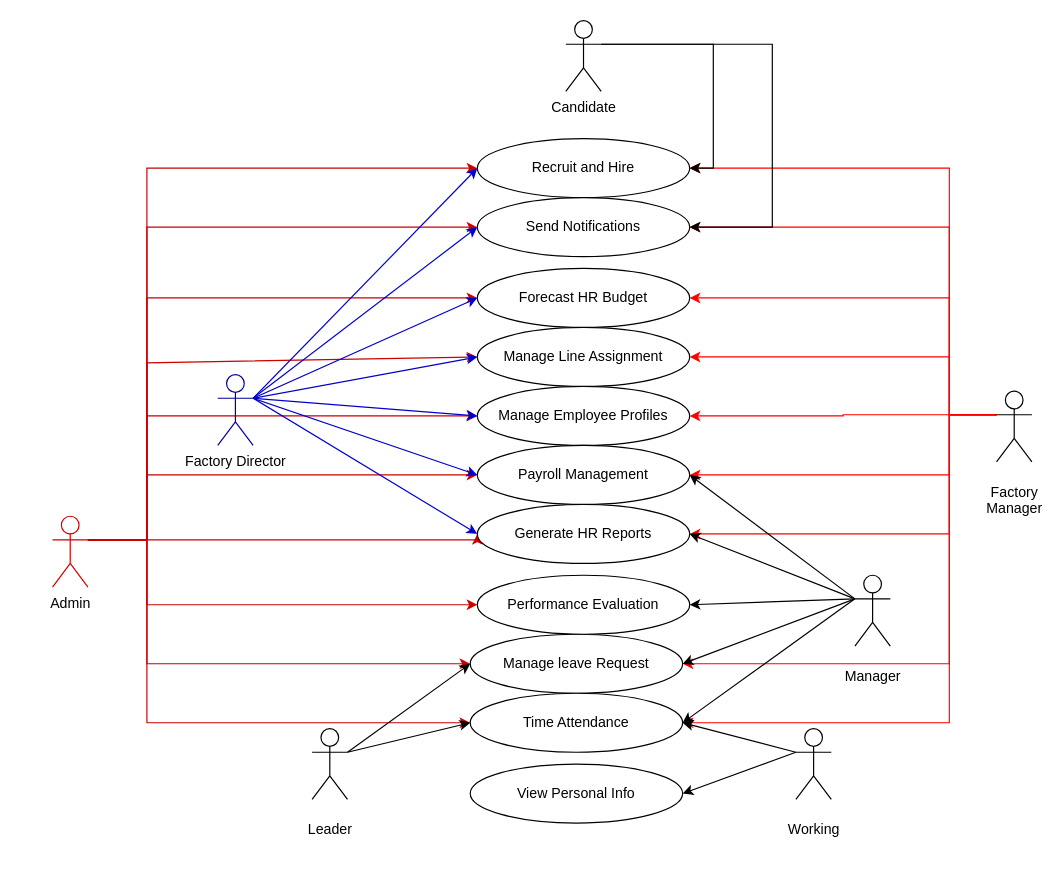
The draw.io diagram page "UC MAIN" (1 of 10) of MayProHR.drawio in BuiCongTu/MayProHR, before the edit. Source tidied: cells renumbered, new cells numbered last; positions are measured from the earlier drawing's top-left corner, leaving out a move shared by most shapes. Both pictures are drawn from the tidied source at 118%, with x=0, y=0 at pixel (52, 20).
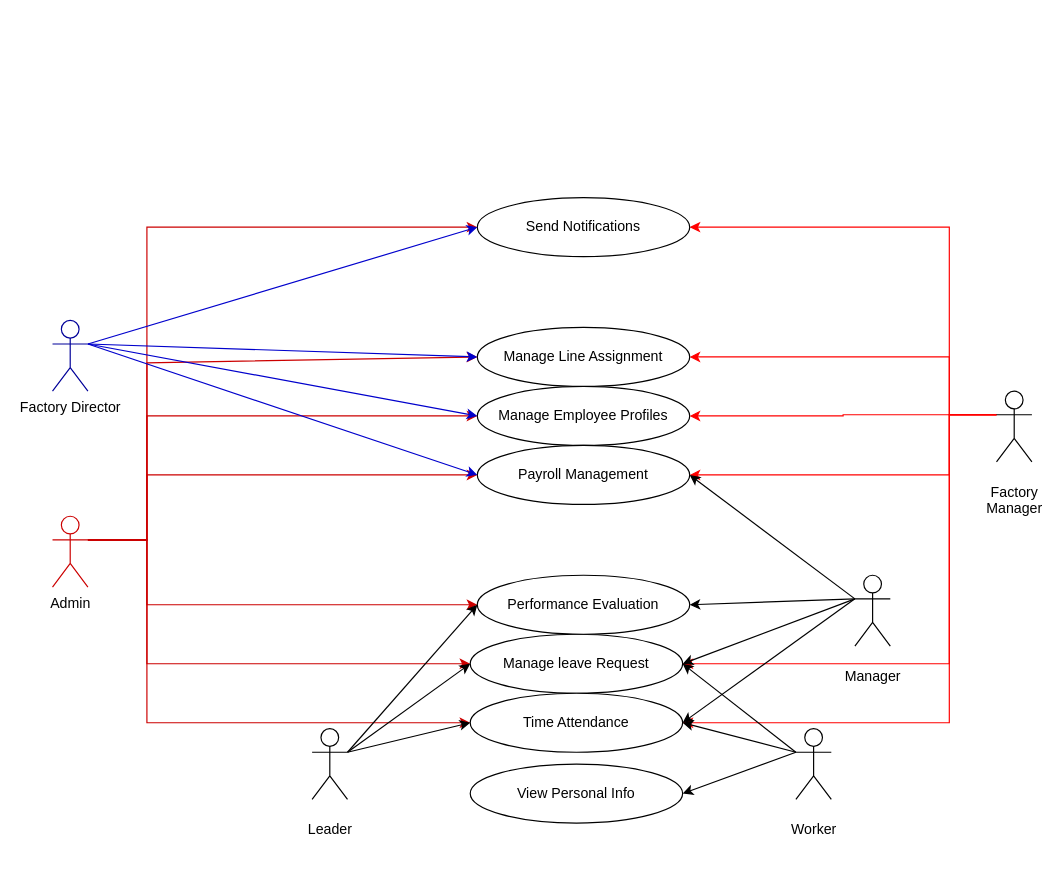
The same page after the edit.

The change refers to these unchanged cells:
```xml
<mxCell id="11" value="Admin" style="shape=umlActor;verticalLabelPosition=bottom;verticalAlign=top;html=1;outlineConnect=0;strokeColor=#CC0000;" parent="1" vertex="1">
  <mxGeometry y="420" width="30" height="60" as="geometry" />
</mxCell>
<mxCell id="17" value="&lt;p style=&quot;white-space-collapse: preserve;&quot; dir=&quot;auto&quot;&gt;Manage leave Request&lt;/p&gt;" style="ellipse;whiteSpace=wrap;html=1;" parent="1" vertex="1">
  <mxGeometry x="354" y="520" width="180" height="50" as="geometry" />
</mxCell>
<mxCell id="27" value="&lt;p style=&quot;white-space: pre-wrap;&quot; dir=&quot;auto&quot;&gt;Factory Manager&lt;/p&gt;" style="shape=umlActor;verticalLabelPosition=bottom;verticalAlign=top;html=1;outlineConnect=0;" parent="1" vertex="1">
  <mxGeometry x="800" y="314" width="30" height="60" as="geometry" />
</mxCell>
<mxCell id="28" value="&lt;p style=&quot;white-space-collapse: preserve;&quot; dir=&quot;auto&quot;&gt;Performance Evaluation&lt;/p&gt;" style="ellipse;whiteSpace=wrap;html=1;" parent="1" vertex="1">
  <mxGeometry x="360" y="470" width="180" height="50" as="geometry" />
</mxCell>
<mxCell id="32" value="&lt;p style=&quot;white-space-collapse: preserve;&quot; dir=&quot;auto&quot;&gt;Send Notifications&lt;/p&gt;" style="ellipse;whiteSpace=wrap;html=1;" parent="1" vertex="1">
  <mxGeometry x="360" y="150" width="180" height="50" as="geometry" />
</mxCell>
<mxCell id="35" value="&lt;p style=&quot;white-space: pre-wrap;&quot; dir=&quot;auto&quot;&gt;Manager&lt;/p&gt;" style="shape=umlActor;verticalLabelPosition=bottom;verticalAlign=top;html=1;outlineConnect=0;" parent="1" vertex="1">
  <mxGeometry x="680" y="470" width="30" height="60" as="geometry" />
</mxCell>
<mxCell id="38" value="&lt;p style=&quot;white-space: pre-wrap;&quot; dir=&quot;auto&quot;&gt;Leader&lt;/p&gt;" style="shape=umlActor;verticalLabelPosition=bottom;verticalAlign=top;html=1;outlineConnect=0;" parent="1" vertex="1">
  <mxGeometry x="220" y="600" width="30" height="60" as="geometry" />
</mxCell>
```

What changed in the source:
```diff
@@
-    <mxCell id="3" style="edgeStyle=orthogonalEdgeStyle;rounded=0;jettySize=auto;html=1;exitX=1;exitY=0.3333333333333333;exitDx=0;exitDy=0;exitPerimeter=0;entryX=0;entryY=0.5;entryDx=0;entryDy=0;strokeColor=#CC0000;" parent="1" edge="1" source="11" target="12">
-      <mxGeometry relative="1" as="geometry">
-        <Array as="points">
-          <mxPoint x="80" y="440" />
-          <mxPoint x="80" y="125" />
-        </Array>
-      </mxGeometry>
-    </mxCell>
@@
-    <mxCell id="6" style="edgeStyle=orthogonalEdgeStyle;rounded=0;jettySize=auto;html=1;exitX=1;exitY=0.3333333333333333;exitDx=0;exitDy=0;exitPerimeter=0;entryX=0;entryY=0.5;entryDx=0;entryDy=0;strokeColor=#CC0000;" parent="1" edge="1" source="11" target="14">
-      <mxGeometry relative="1" as="geometry">
-        <Array as="points">
-          <mxPoint x="360" y="440" />
-        </Array>
-      </mxGeometry>
-    </mxCell>
@@
-    <mxCell id="10" style="edgeStyle=orthogonalEdgeStyle;rounded=0;jettySize=auto;html=1;exitX=1;exitY=0.3333333333333333;exitDx=0;exitDy=0;exitPerimeter=0;entryX=0;entryY=0.5;entryDx=0;entryDy=0;strokeColor=#CC0000;" parent="1" edge="1" source="11" target="36">
-      <mxGeometry relative="1" as="geometry">
-        <Array as="points">
-          <mxPoint x="80" y="440" />
-          <mxPoint x="80" y="235" />
-        </Array>
-      </mxGeometry>
-    </mxCell>
@@
-    <mxCell id="12" value="&lt;p style=&quot;white-space-collapse: preserve;&quot; dir=&quot;auto&quot;&gt;Recruit and Hire&lt;/p&gt;" style="ellipse;whiteSpace=wrap;html=1;" parent="1" vertex="1">
-      <mxGeometry x="360" y="100" width="180" height="50" as="geometry" />
-    </mxCell>
@@
-    <mxCell id="14" value="&lt;p style=&quot;white-space-collapse: preserve;&quot; dir=&quot;auto&quot;&gt;Generate HR Reports&lt;/p&gt;" style="ellipse;whiteSpace=wrap;html=1;" parent="1" vertex="1">
-      <mxGeometry x="360" y="410" width="180" height="50" as="geometry" />
-    </mxCell>
@@
     <mxCell id="16" value="Factory Director" style="shape=umlActor;verticalLabelPosition=bottom;verticalAlign=top;html=1;outlineConnect=0;strokeColor=#000099;" parent="1" vertex="1">
-      <mxGeometry x="140" y="300" width="30" height="60" as="geometry" />
+      <mxGeometry y="254" width="30" height="60" as="geometry" />
     </mxCell>
@@
-    <mxCell id="19" style="edgeStyle=orthogonalEdgeStyle;rounded=0;jettySize=auto;html=1;exitX=0;exitY=0.3333333333333333;exitDx=0;exitDy=0;exitPerimeter=0;entryX=1;entryY=0.5;entryDx=0;entryDy=0;strokeColor=#FF0000;" parent="1" edge="1" source="27" target="12">
-      <mxGeometry relative="1" as="geometry">
-        <Array as="points">
-          <mxPoint x="760" y="334" />
-          <mxPoint x="760" y="125" />
-        </Array>
-      </mxGeometry>
-    </mxCell>
-    <mxCell id="20" style="edgeStyle=orthogonalEdgeStyle;rounded=0;jettySize=auto;html=1;exitX=0;exitY=0.3333333333333333;exitDx=0;exitDy=0;exitPerimeter=0;entryX=1;entryY=0.5;entryDx=0;entryDy=0;strokeColor=#FF0000;" parent="1" edge="1" source="27" target="36">
-      <mxGeometry relative="1" as="geometry">
-        <Array as="points">
-          <mxPoint x="760" y="334" />
-          <mxPoint x="760" y="235" />
-        </Array>
-      </mxGeometry>
-    </mxCell>
-    <mxCell id="21" style="edgeStyle=orthogonalEdgeStyle;rounded=0;jettySize=auto;html=1;exitX=0;exitY=0.3333333333333333;exitDx=0;exitDy=0;exitPerimeter=0;strokeColor=#FF0000;" parent="1" edge="1" source="27" target="14">
-      <mxGeometry relative="1" as="geometry">
-        <Array as="points">
-          <mxPoint x="760" y="334" />
-          <mxPoint x="760" y="435" />
-        </Array>
-      </mxGeometry>
-    </mxCell>
@@
-    <mxCell id="29" style="edgeStyle=orthogonalEdgeStyle;rounded=0;jettySize=auto;html=1;exitX=1;exitY=0.3333333333333333;exitDx=0;exitDy=0;exitPerimeter=0;entryX=1;entryY=0.5;entryDx=0;entryDy=0;" parent="1" edge="1" source="31" target="32">
-      <mxGeometry relative="1" as="geometry">
-        <Array as="points">
-          <mxPoint x="610" y="20" />
-          <mxPoint x="610" y="175" />
-        </Array>
-      </mxGeometry>
-    </mxCell>
-    <mxCell id="30" style="edgeStyle=orthogonalEdgeStyle;rounded=0;jettySize=auto;html=1;exitX=1;exitY=0.3333333333333333;exitDx=0;exitDy=0;exitPerimeter=0;entryX=1;entryY=0.5;entryDx=0;entryDy=0;" parent="1" edge="1" source="31" target="12">
-      <mxGeometry relative="1" as="geometry" />
-    </mxCell>
-    <mxCell id="31" value="Candidate" style="shape=umlActor;verticalLabelPosition=bottom;verticalAlign=top;html=1;outlineConnect=0;" parent="1" vertex="1">
-      <mxGeometry x="435" width="30" height="60" as="geometry" />
-    </mxCell>
@@
-    <mxCell id="36" value="&lt;p style=&quot;white-space-collapse: preserve;&quot; dir=&quot;auto&quot;&gt;Forecast HR Budget&lt;/p&gt;" style="ellipse;whiteSpace=wrap;html=1;" parent="1" vertex="1">
-      <mxGeometry x="360" y="210" width="180" height="50" as="geometry" />
-    </mxCell>
@@
-    <mxCell id="39" style="endArrow=classic;html=1;rounded=0;entryX=1;entryY=0.5;entryDx=0;entryDy=0;exitX=0;exitY=0.3333333333333333;exitDx=0;exitDy=0;exitPerimeter=0;" parent="1" edge="1" source="35" target="14">
-      <mxGeometry relative="1" as="geometry" />
-    </mxCell>
@@
-    <mxCell id="44" style="endArrow=classic;html=1;rounded=0;exitX=1;exitY=0.3333333333333333;exitDx=0;exitDy=0;exitPerimeter=0;entryX=0;entryY=0.5;entryDx=0;entryDy=0;strokeColor=#0000CC;" parent="1" edge="1" source="16" target="12">
-      <mxGeometry relative="1" as="geometry" />
-    </mxCell>
@@
-    <mxCell id="46" style="endArrow=classic;html=1;rounded=0;entryX=0;entryY=0.5;entryDx=0;entryDy=0;exitX=1;exitY=0.3333333333333333;exitDx=0;exitDy=0;exitPerimeter=0;strokeColor=#0000CC;" parent="1" edge="1" source="16" target="14">
-      <mxGeometry relative="1" as="geometry" />
-    </mxCell>
@@
-    <mxCell id="48" style="endArrow=classic;html=1;rounded=0;entryX=0;entryY=0.5;entryDx=0;entryDy=0;exitX=1;exitY=0.3333333333333333;exitDx=0;exitDy=0;exitPerimeter=0;strokeColor=#0000CC;" parent="1" edge="1" source="16" target="36">
-      <mxGeometry relative="1" as="geometry" />
-    </mxCell>
@@
-    <mxCell id="54" value="&lt;p style=&quot;white-space: pre-wrap;&quot; dir=&quot;auto&quot;&gt;Working&lt;/p&gt;" style="shape=umlActor;verticalLabelPosition=bottom;verticalAlign=top;html=1;outlineConnect=0;" parent="1" vertex="1">
+    <mxCell id="54" value="&lt;p style=&quot;white-space: pre-wrap;&quot; dir=&quot;auto&quot;&gt;Worker&lt;/p&gt;" style="shape=umlActor;verticalLabelPosition=bottom;verticalAlign=top;html=1;outlineConnect=0;" parent="1" vertex="1">
       <mxGeometry x="630" y="600" width="30" height="60" as="geometry" />
     </mxCell>
@@
+    <mxCell id="57" style="endArrow=classic;html=1;rounded=0;exitX=0;exitY=0.3333333333333333;exitDx=0;exitDy=0;exitPerimeter=0;entryX=1;entryY=0.5;entryDx=0;entryDy=0;" parent="1" edge="1" source="54" target="17">
+      <mxGeometry relative="1" as="geometry" />
+    </mxCell>
+    <mxCell id="58" style="endArrow=classic;html=1;rounded=0;exitX=1;exitY=0.3333333333333333;exitDx=0;exitDy=0;exitPerimeter=0;entryX=0;entryY=0.5;entryDx=0;entryDy=0;" parent="1" edge="1" source="38" target="28">
+      <mxGeometry relative="1" as="geometry" />
+    </mxCell>
```
